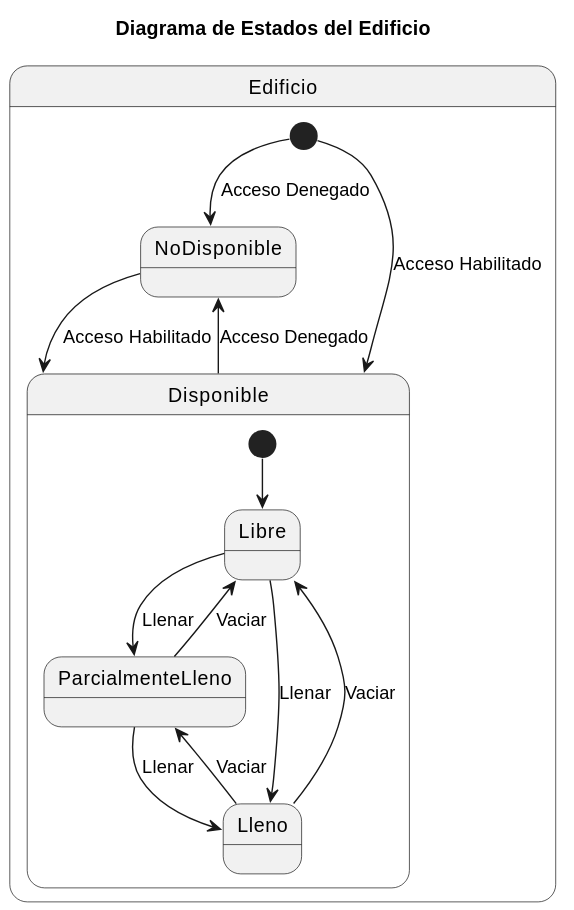
Earlier version of the PlantUML export docs/Modelo_de_Dominio/Diagramas_de_Estados/Edificio/Diagrama_de_Estados.svg (mmasias/23-24-IdSw2-SDD). Source of this version:
```plantuml
@startuml Diagrama_de_Estados

title Diagrama de Estados del Edificio

skinparam {
    NoteBackgroundColor #whiteSmoke
}

hide empty members

state Edificio {

    [*] --> Disponible : Acceso Habilitado
    [*] --> NoDisponible : Acceso Denegado
    Disponible --> NoDisponible : Acceso Denegado
    NoDisponible --> Disponible : Acceso Habilitado

    state Disponible {
        [*] --> Libre
        Libre --> ParcialmenteLleno : Llenar
        Libre --> Lleno : Llenar
        ParcialmenteLleno --> Lleno : Llenar
        Lleno --> Libre : Vaciar
        Lleno --> ParcialmenteLleno : Vaciar
        ParcialmenteLleno --> Libre : Vaciar
    }
}

@enduml
```
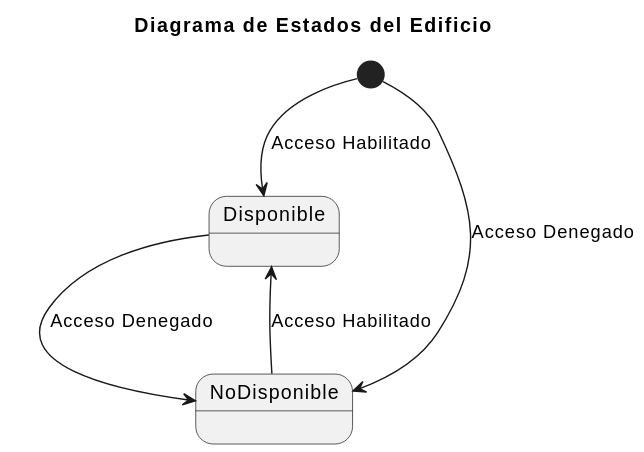
The same file after the commit.

Commit message:
Actualizar diagramas de estados de Planta y Edificio

What changed in the source:
```diff
@@ -8,22 +8,9 @@
 
 hide empty members
 
-state Edificio {
-
-    [*] --> Disponible : Acceso Habilitado
-    [*] --> NoDisponible : Acceso Denegado
-    Disponible --> NoDisponible : Acceso Denegado
-    NoDisponible --> Disponible : Acceso Habilitado
-
-    state Disponible {
-        [*] --> Libre
-        Libre --> ParcialmenteLleno : Llenar
-        Libre --> Lleno : Llenar
-        ParcialmenteLleno --> Lleno : Llenar
-        Lleno --> Libre : Vaciar
-        Lleno --> ParcialmenteLleno : Vaciar
-        ParcialmenteLleno --> Libre : Vaciar
-    }
-}
+[*] --> Disponible : Acceso Habilitado
+[*] --> NoDisponible : Acceso Denegado
+Disponible --> NoDisponible : Acceso Denegado
+NoDisponible --> Disponible : Acceso Habilitado
 
 @enduml
```
